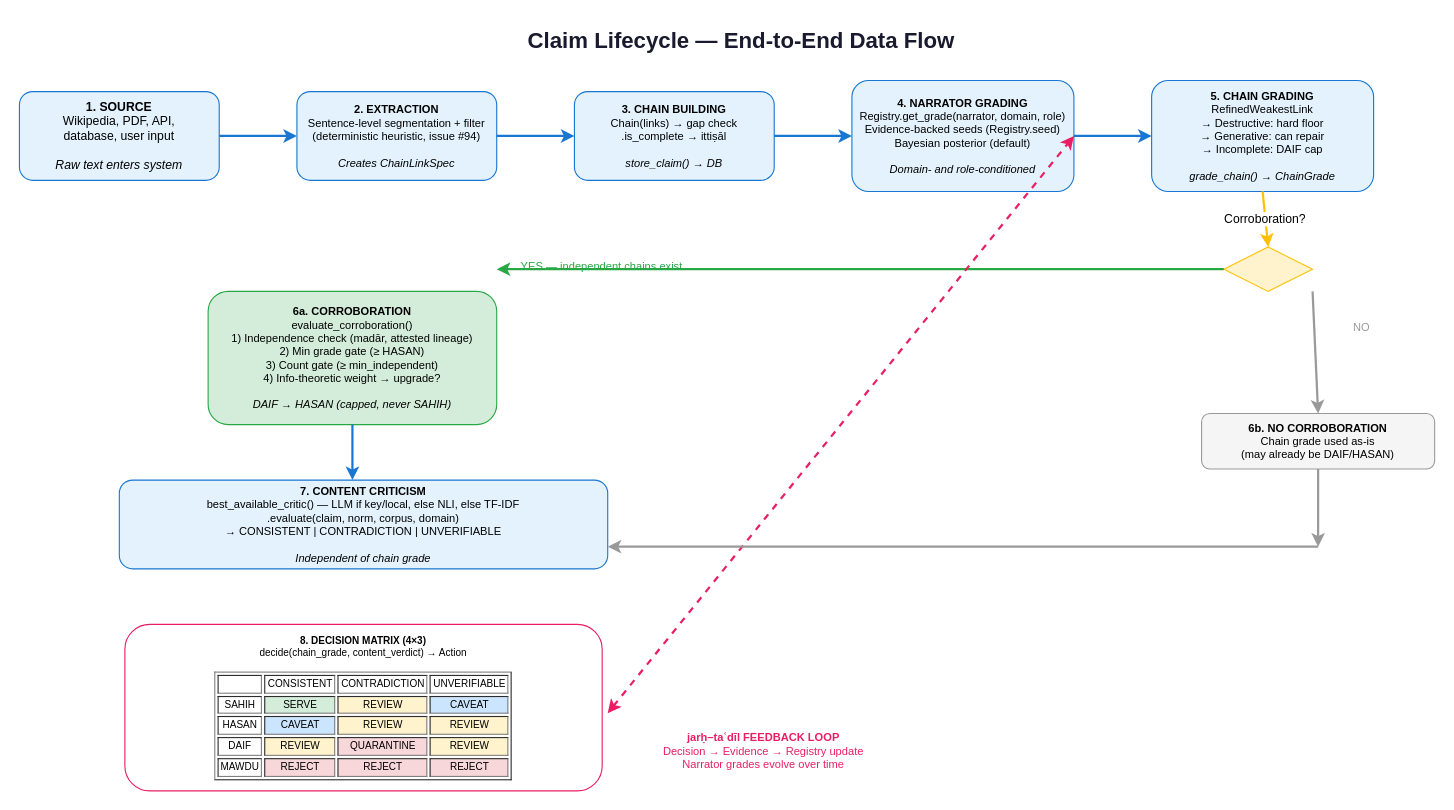
Before: page "2. Claim Lifecycle" (2 of 3) of docs/ARCHITECTURE.drawio in alizahidraja/isnad, a draw.io diagram. Source tidied: cells renumbered, new cells numbered last; positions are measured from the earlier drawing's top-left corner, leaving out a move shared by most shapes. Both pictures are drawn from the tidied source at 111%, with x=0, y=0 at pixel (19, 19).
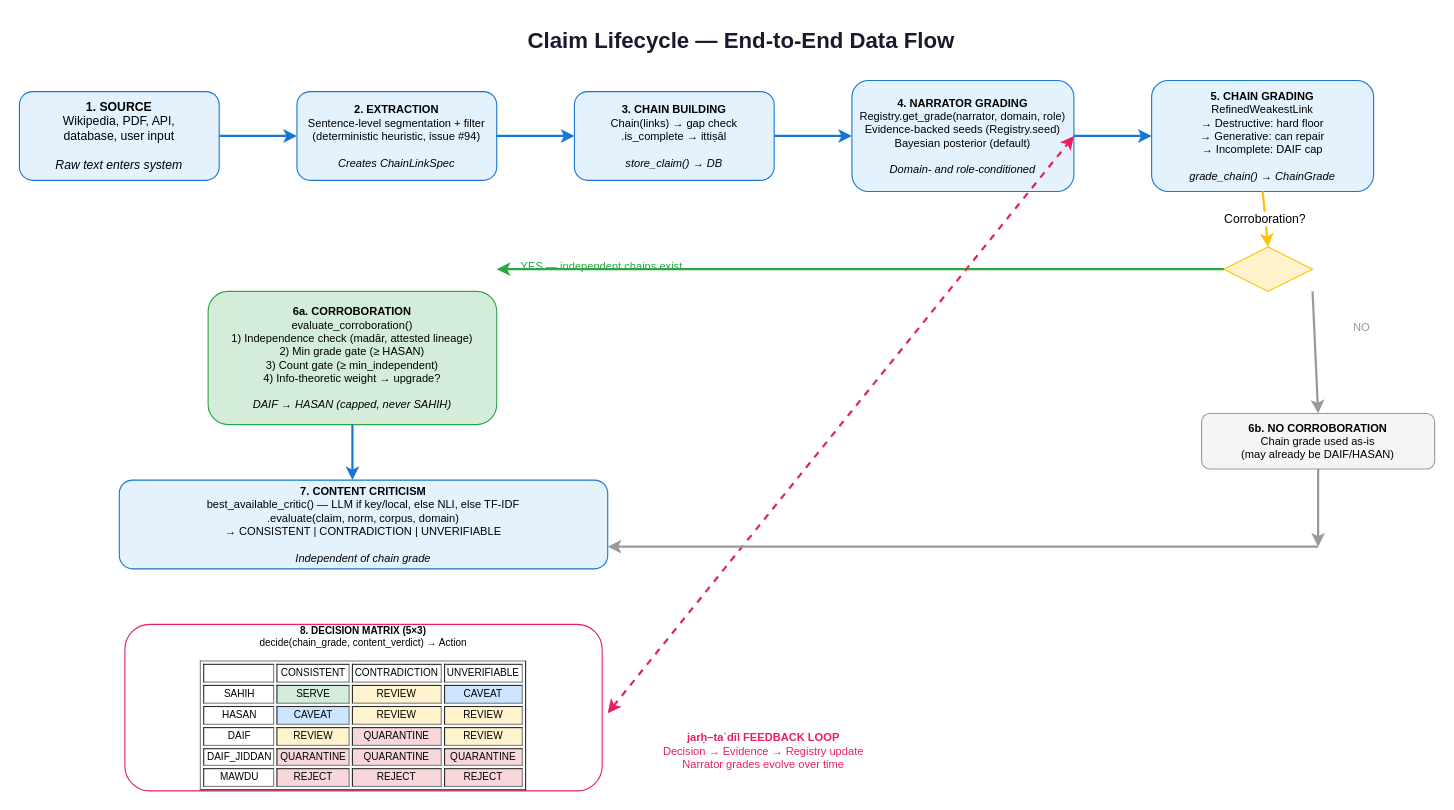
The same page after the edit.

Commit message (it also covers changes not shown here):
fix: 5-grade model prose + ta-arud + 17,021 sweep (round-3 audit blockers)

What changed in the source:
```diff
@@
-    <mxCell id="19" value="&lt;b&gt;8. DECISION MATRIX (4×3)&lt;/b&gt;&lt;br&gt;decide(chain_grade, content_verdict) → Action&lt;br&gt;&lt;br&gt;&lt;table border=&quot;1&quot; cellpadding=&quot;2&quot;&gt;&lt;tr&gt;&lt;td&gt;&lt;/td&gt;&lt;td&gt;CONSISTENT&lt;/td&gt;&lt;td&gt;CONTRADICTION&lt;/td&gt;&lt;td&gt;UNVERIFIABLE&lt;/td&gt;&lt;/tr&gt;&lt;tr&gt;&lt;td&gt;SAHIH&lt;/td&gt;&lt;td bgcolor=&quot;#d4edda&quot;&gt;SERVE&lt;/td&gt;&lt;td bgcolor=&quot;#fff3cd&quot;&gt;REVIEW&lt;/td&gt;&lt;td bgcolor=&quot;#cce5ff&quot;&gt;CAVEAT&lt;/td&gt;&lt;/tr&gt;&lt;tr&gt;&lt;td&gt;HASAN&lt;/td&gt;&lt;td bgcolor=&quot;#cce5ff&quot;&gt;CAVEAT&lt;/td&gt;&lt;td bgcolor=&quot;#fff3cd&quot;&gt;REVIEW&lt;/td&gt;&lt;td bgcolor=&quot;#fff3cd&quot;&gt;REVIEW&lt;/td&gt;&lt;/tr&gt;&lt;tr&gt;&lt;td&gt;DAIF&lt;/td&gt;&lt;td bgcolor=&quot;#fff3cd&quot;&gt;REVIEW&lt;/td&gt;&lt;td bgcolor=&quot;#f8d7da&quot;&gt;QUARANTINE&lt;/td&gt;&lt;td bgcolor=&quot;#fff3cd&quot;&gt;REVIEW&lt;/td&gt;&lt;/tr&gt;&lt;tr&gt;&lt;td&gt;MAWDU&lt;/td&gt;&lt;td bgcolor=&quot;#f8d7da&quot;&gt;REJECT&lt;/td&gt;&lt;td bgcolor=&quot;#f8d7da&quot;&gt;REJECT&lt;/td&gt;&lt;td bgcolor=&quot;#f8d7da&quot;&gt;REJECT&lt;/td&gt;&lt;/tr&gt;&lt;/table&gt;" style="rounded=1;whiteSpace=wrap;html=1;fillColor=#ffffff;strokeColor=#e91e63;fontSize=9;align=center;" parent="1" vertex="1">
+    <mxCell id="19" value="&lt;b&gt;8. DECISION MATRIX (5×3)&lt;/b&gt;&lt;br&gt;decide(chain_grade, content_verdict) → Action&lt;br&gt;&lt;br&gt;&lt;table border=&quot;1&quot; cellpadding=&quot;2&quot;&gt;&lt;tr&gt;&lt;td&gt;&lt;/td&gt;&lt;td&gt;CONSISTENT&lt;/td&gt;&lt;td&gt;CONTRADICTION&lt;/td&gt;&lt;td&gt;UNVERIFIABLE&lt;/td&gt;&lt;/tr&gt;&lt;tr&gt;&lt;td&gt;SAHIH&lt;/td&gt;&lt;td bgcolor=&quot;#d4edda&quot;&gt;SERVE&lt;/td&gt;&lt;td bgcolor=&quot;#fff3cd&quot;&gt;REVIEW&lt;/td&gt;&lt;td bgcolor=&quot;#cce5ff&quot;&gt;CAVEAT&lt;/td&gt;&lt;/tr&gt;&lt;tr&gt;&lt;td&gt;HASAN&lt;/td&gt;&lt;td bgcolor=&quot;#cce5ff&quot;&gt;CAVEAT&lt;/td&gt;&lt;td bgcolor=&quot;#fff3cd&quot;&gt;REVIEW&lt;/td&gt;&lt;td bgcolor=&quot;#fff3cd&quot;&gt;REVIEW&lt;/td&gt;&lt;/tr&gt;&lt;tr&gt;&lt;td&gt;DAIF&lt;/td&gt;&lt;td bgcolor=&quot;#fff3cd&quot;&gt;REVIEW&lt;/td&gt;&lt;td bgcolor=&quot;#f8d7da&quot;&gt;QUARANTINE&lt;/td&gt;&lt;td bgcolor=&quot;#fff3cd&quot;&gt;REVIEW&lt;/td&gt;&lt;/tr&gt;&lt;tr&gt;&lt;td&gt;DAIF_JIDDAN&lt;/td&gt;&lt;td bgcolor=&quot;#f8d7da&quot;&gt;QUARANTINE&lt;/td&gt;&lt;td bgcolor=&quot;#f8d7da&quot;&gt;QUARANTINE&lt;/td&gt;&lt;td bgcolor=&quot;#f8d7da&quot;&gt;QUARANTINE&lt;/td&gt;&lt;/tr&gt;&lt;tr&gt;&lt;td&gt;MAWDU&lt;/td&gt;&lt;td bgcolor=&quot;#f8d7da&quot;&gt;REJECT&lt;/td&gt;&lt;td bgcolor=&quot;#f8d7da&quot;&gt;REJECT&lt;/td&gt;&lt;td bgcolor=&quot;#f8d7da&quot;&gt;REJECT&lt;/td&gt;&lt;/tr&gt;&lt;/table&gt;" style="rounded=1;whiteSpace=wrap;html=1;fillColor=#ffffff;strokeColor=#e91e63;fontSize=9;align=center;" parent="1" vertex="1">
       <mxGeometry x="95" y="545" width="430" height="150" as="geometry" />
     </mxCell>
```
